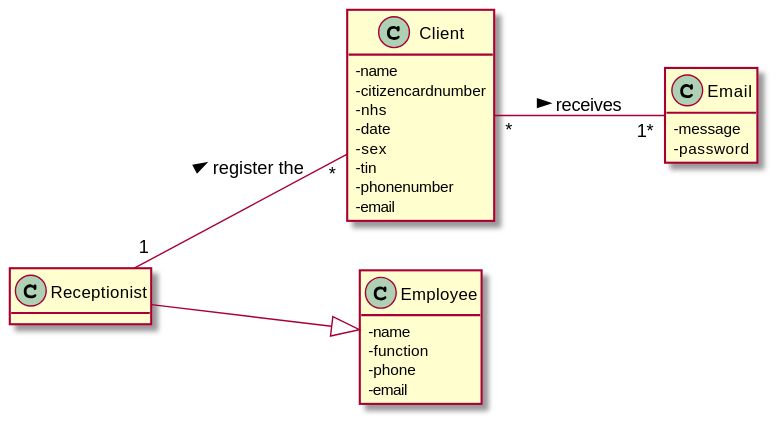
manu-07-ela/LAPR2_ISEP keeps this PlantUML diagram as docs/SprintC/SprintB/US03/US3_MD.svg. Above is the earlier version.
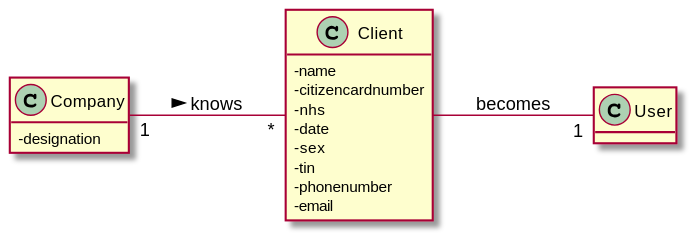
Later version of the same file.

Change to the diagram source:
```diff
@@ -4,8 +4,8 @@
 skinparam classAttributeIconSize 0
 
 
-class Receptionist {
-
+class Company {
+-designation
 }
 
 class Client {
@@ -19,22 +19,8 @@
   -email
 }
 
-class Email {
-  -message
-  -password
-}
-
-class Employee {
-  -name
-  -function
-  -phone
-  -email
-}
-
-
-Receptionist "1" -- "*" Client : register the >
-Client "*" -- "1*" Email: receives >
-Receptionist --|> Employee
+Company "1" -- "*" Client : knows >
+Client -- "1" User: becomes
 
 
 @enduml
```
